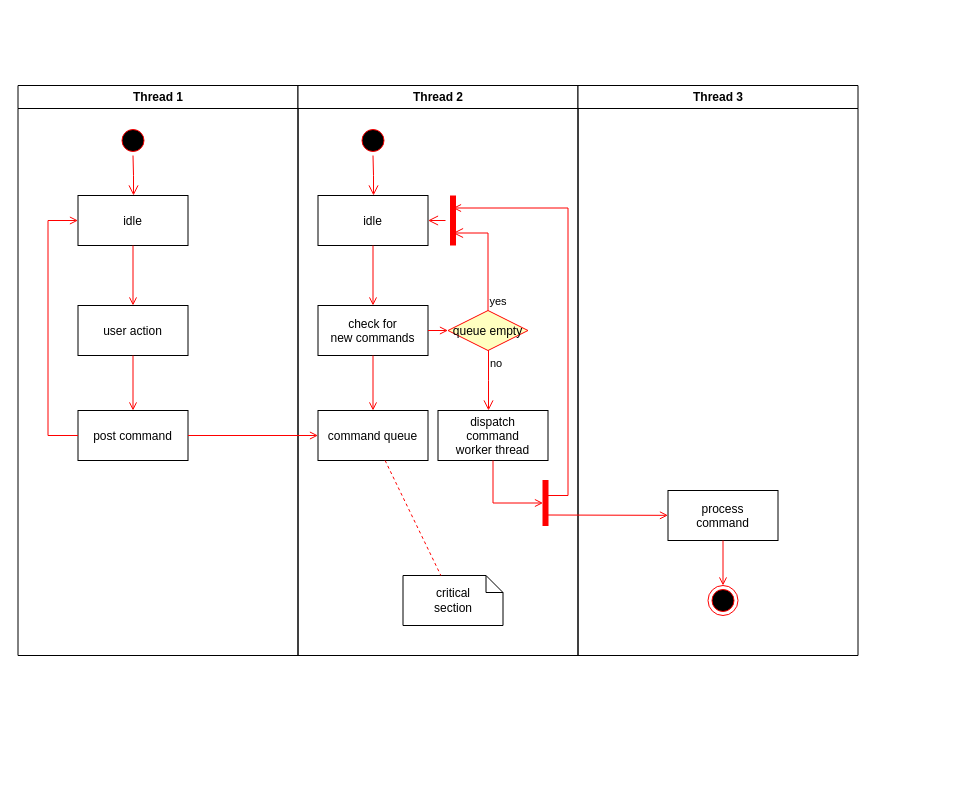
NCalvaretta/Lab-Algorithm-and-Programming keeps this draw.io diagram as activityDiagram.drawio. Above is the earlier version. Source tidied: cells renumbered, new cells numbered last; positions are measured from the earlier drawing's top-left corner, leaving out a move shared by most shapes. Both pictures are drawn from the tidied source at 100%, with x=0, y=0 at pixel (17, 85).
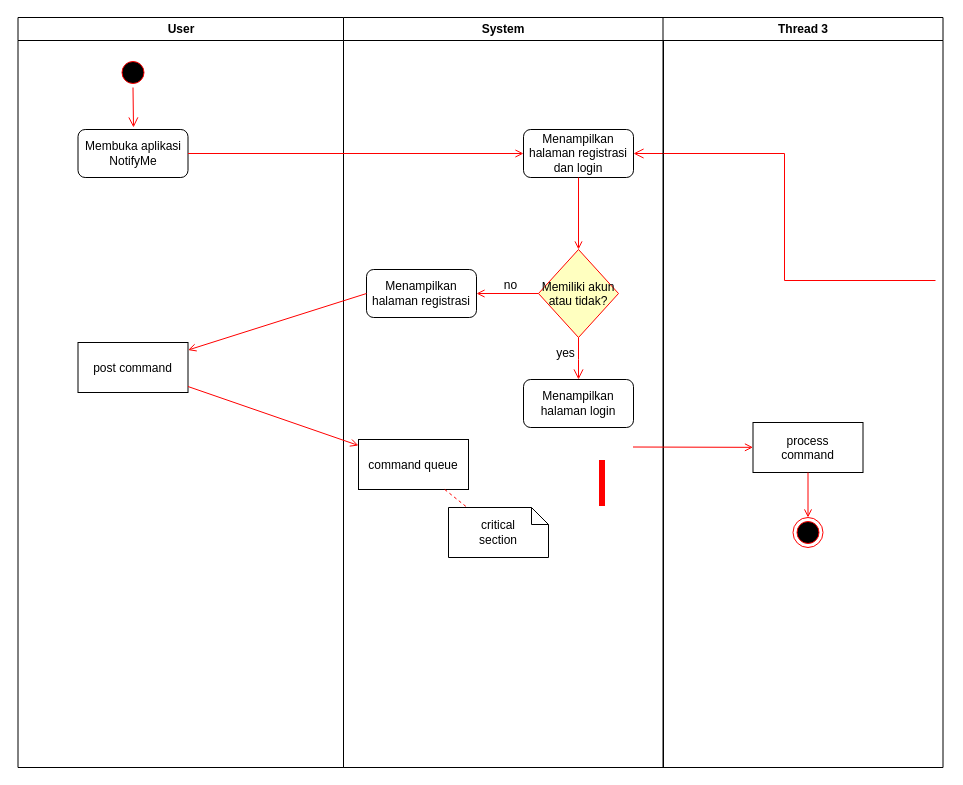
After the change.

The change refers to these unchanged cells:
```xml
<mxCell id="3" style="ellipse;shape=startState;fillColor=#000000;strokeColor=#ff0000;" parent="2" vertex="1">
  <mxGeometry x="100" y="40" width="30" height="30" as="geometry" />
</mxCell>
<mxCell id="8" value="post command" parent="2" vertex="1">
  <mxGeometry x="60" y="325" width="110" height="50" as="geometry" />
</mxCell>
```

The edit, as a diff of the source:
```diff
@@
-    <mxCell id="2" value="Thread 1" style="swimlane;whiteSpace=wrap;" parent="1" vertex="1">
-      <mxGeometry x="0.5" width="280" height="570" as="geometry" />
+    <mxCell id="2" value="User" style="swimlane;whiteSpace=wrap;" parent="1" vertex="1">
+      <mxGeometry x="0.5" y="-68" width="325.5" height="750" as="geometry" />
     </mxCell>
@@
-    <mxCell id="4" style="edgeStyle=elbowEdgeStyle;elbow=horizontal;verticalAlign=bottom;endArrow=open;endSize=8;strokeColor=#FF0000;endFill=1;rounded=0;" parent="2" edge="1" source="3" target="5">
-      <mxGeometry x="100" y="40" as="geometry" />
+    <mxCell id="4" style="edgeStyle=elbowEdgeStyle;elbow=horizontal;verticalAlign=bottom;endArrow=open;endSize=8;strokeColor=#FF0000;endFill=1;rounded=0;" parent="2" edge="1" source="3">
+      <mxGeometry x="100" y="40" as="geometry">
+        <mxPoint x="115.1" y="110" as="targetPoint" />
+      </mxGeometry>
     </mxCell>
-    <mxCell id="5" value="idle" parent="2" vertex="1">
-      <mxGeometry x="60" y="110" width="110" height="50" as="geometry" />
-    </mxCell>
-    <mxCell id="6" value="user action" parent="2" vertex="1">
-      <mxGeometry x="60" y="220" width="110" height="50" as="geometry" />
-    </mxCell>
-    <mxCell id="7" style="endArrow=open;strokeColor=#FF0000;endFill=1;rounded=0;" parent="2" edge="1" source="5" target="6">
-      <mxGeometry relative="1" as="geometry" />
-    </mxCell>
@@
-    <mxCell id="9" style="endArrow=open;strokeColor=#FF0000;endFill=1;rounded=0;" parent="2" edge="1" source="6" target="8">
-      <mxGeometry relative="1" as="geometry" />
-    </mxCell>
-    <mxCell id="10" style="edgeStyle=elbowEdgeStyle;elbow=horizontal;strokeColor=#FF0000;endArrow=open;endFill=1;rounded=0;" parent="2" edge="1" source="8" target="5">
-      <mxGeometry relative="1" as="geometry">
-        <Array as="points">
-          <mxPoint x="30" y="250" />
-        </Array>
-      </mxGeometry>
-    </mxCell>
+    <mxCell id="37" value="Membuka aplikasi NotifyMe" style="rounded=1;whiteSpace=wrap;html=1;" parent="2" vertex="1">
+      <mxGeometry x="60" y="112" width="110" height="48" as="geometry" />
+    </mxCell>
-    <mxCell id="11" value="Thread 2" style="swimlane;whiteSpace=wrap;" parent="1" vertex="1">
-      <mxGeometry x="280.5" width="280" height="570" as="geometry" />
+    <mxCell id="11" value="System" style="swimlane;whiteSpace=wrap;" parent="1" vertex="1">
+      <mxGeometry x="326" y="-68" width="320" height="750" as="geometry" />
     </mxCell>
-    <mxCell id="12" style="ellipse;shape=startState;fillColor=#000000;strokeColor=#ff0000;" parent="11" vertex="1">
-      <mxGeometry x="60" y="40" width="30" height="30" as="geometry" />
-    </mxCell>
-    <mxCell id="13" style="edgeStyle=elbowEdgeStyle;elbow=horizontal;verticalAlign=bottom;endArrow=open;endSize=8;strokeColor=#FF0000;endFill=1;rounded=0;" parent="11" edge="1" source="12" target="14">
-      <mxGeometry x="40" y="20" as="geometry" />
-    </mxCell>
-    <mxCell id="14" value="idle" parent="11" vertex="1">
-      <mxGeometry x="20" y="110" width="110" height="50" as="geometry" />
-    </mxCell>
-    <mxCell id="15" value="check for &#10;new commands" parent="11" vertex="1">
-      <mxGeometry x="20" y="220" width="110" height="50" as="geometry" />
-    </mxCell>
-    <mxCell id="16" style="endArrow=open;strokeColor=#FF0000;endFill=1;rounded=0;" parent="11" edge="1" source="14" target="15">
-      <mxGeometry relative="1" as="geometry" />
-    </mxCell>
     <mxCell id="17" value="command queue" parent="11" vertex="1">
-      <mxGeometry x="20" y="325" width="110" height="50" as="geometry" />
+      <mxGeometry x="15" y="422" width="110" height="50" as="geometry" />
     </mxCell>
-    <mxCell id="18" style="endArrow=open;strokeColor=#FF0000;endFill=1;rounded=0;" parent="11" edge="1" source="15" target="17">
-      <mxGeometry relative="1" as="geometry" />
-    </mxCell>
-    <mxCell id="19" value="queue empty" style="rhombus;fillColor=#ffffc0;strokeColor=#ff0000;" parent="11" vertex="1">
-      <mxGeometry x="150" y="225" width="80" height="40" as="geometry" />
+    <mxCell id="19" value="Memiliki akun&#10;atau tidak?" style="rhombus;fillColor=#ffffc0;strokeColor=#ff0000;" parent="11" vertex="1">
+      <mxGeometry x="195" y="232" width="80" height="88" as="geometry" />
     </mxCell>
-    <mxCell id="20" value="yes" style="edgeStyle=elbowEdgeStyle;elbow=horizontal;align=left;verticalAlign=bottom;endArrow=open;endSize=8;strokeColor=#FF0000;exitX=0.5;exitY=0;endFill=1;rounded=0;entryX=0.75;entryY=0.5;entryPerimeter=0;" parent="11" edge="1" source="19" target="23">
-      <mxGeometry x="-1" relative="1" as="geometry">
-        <Array as="points">
-          <mxPoint x="190" y="180" />
-        </Array>
-      </mxGeometry>
-    </mxCell>
-    <mxCell id="21" value="no" style="edgeStyle=elbowEdgeStyle;elbow=horizontal;align=left;verticalAlign=top;endArrow=open;endSize=8;strokeColor=#FF0000;endFill=1;rounded=0;" parent="11" edge="1" source="19" target="25">
-      <mxGeometry x="-1" relative="1" as="geometry" />
+    <mxCell id="21" style="edgeStyle=elbowEdgeStyle;elbow=horizontal;align=left;verticalAlign=top;endArrow=open;endSize=8;strokeColor=#FF0000;endFill=1;rounded=0;exitX=0.5;exitY=1;exitDx=0;exitDy=0;entryX=0.5;entryY=0;entryDx=0;entryDy=0;" parent="11" edge="1" source="19">
+      <mxGeometry x="-1" relative="1" as="geometry">
+        <mxPoint x="235" y="362" as="targetPoint" />
+        <Array as="points">
+          <mxPoint x="235" y="342" />
+        </Array>
+      </mxGeometry>
     </mxCell>
-    <mxCell id="22" style="endArrow=open;strokeColor=#FF0000;endFill=1;rounded=0;" parent="11" edge="1" source="15" target="19">
-      <mxGeometry relative="1" as="geometry" />
-    </mxCell>
-    <mxCell id="23" style="shape=line;strokeWidth=6;strokeColor=#ff0000;rotation=90;" parent="11" vertex="1">
-      <mxGeometry x="130" y="127.5" width="50" height="15" as="geometry" />
-    </mxCell>
-    <mxCell id="24" style="edgeStyle=elbowEdgeStyle;elbow=horizontal;verticalAlign=bottom;endArrow=open;endSize=8;strokeColor=#FF0000;endFill=1;rounded=0;" parent="11" edge="1" source="23" target="14">
-      <mxGeometry x="130" y="90" as="geometry" />
-    </mxCell>
-    <mxCell id="25" value="dispatch&#10;command&#10;worker thread" parent="11" vertex="1">
-      <mxGeometry x="140" y="325" width="110" height="50" as="geometry" />
-    </mxCell>
@@
     <mxCell id="28" style="whiteSpace=wrap;strokeColor=#FF0000;fillColor=#FF0000;" parent="11" vertex="1">
-      <mxGeometry x="245" y="395" width="5" height="45" as="geometry" />
+      <mxGeometry x="256" y="443" width="5" height="45" as="geometry" />
     </mxCell>
-    <mxCell id="29" style="edgeStyle=elbowEdgeStyle;elbow=horizontal;entryX=0;entryY=0.5;strokeColor=#FF0000;endArrow=open;endFill=1;rounded=0;" parent="11" edge="1" source="25" target="28">
-      <mxGeometry relative="1" as="geometry">
-        <Array as="points">
-          <mxPoint x="195" y="400" />
-        </Array>
-      </mxGeometry>
-    </mxCell>
+    <mxCell id="38" style="edgeStyle=elbowEdgeStyle;elbow=horizontal;verticalAlign=bottom;endArrow=open;endSize=8;strokeColor=#FF0000;endFill=1;rounded=0;" parent="11" edge="1" target="39">
+      <mxGeometry x="130" y="90" as="geometry">
+        <mxPoint x="592" y="263" as="sourcePoint" />
+      </mxGeometry>
+    </mxCell>
+    <mxCell id="39" value="Menampilkan halaman registrasi dan login" style="rounded=1;whiteSpace=wrap;html=1;" parent="11" vertex="1">
+      <mxGeometry x="180" y="112" width="110" height="48" as="geometry" />
+    </mxCell>
+    <mxCell id="40" style="endArrow=open;strokeColor=#FF0000;endFill=1;rounded=0;exitX=0.5;exitY=1;exitDx=0;exitDy=0;entryX=0.5;entryY=0;entryDx=0;entryDy=0;" parent="11" edge="1" source="39" target="19">
+      <mxGeometry relative="1" as="geometry" />
+    </mxCell>
+    <mxCell id="18" style="endArrow=open;strokeColor=#FF0000;endFill=1;rounded=0;exitX=0;exitY=0.5;exitDx=0;exitDy=0;entryX=1;entryY=0.5;entryDx=0;entryDy=0;" parent="11" edge="1" source="19" target="41">
+      <mxGeometry relative="1" as="geometry" />
+    </mxCell>
+    <mxCell id="41" value="Menampilkan halaman registrasi" style="rounded=1;whiteSpace=wrap;html=1;" parent="11" vertex="1">
+      <mxGeometry x="23" y="252" width="110" height="48" as="geometry" />
+    </mxCell>
+    <mxCell id="42" value="Menampilkan halaman login" style="rounded=1;whiteSpace=wrap;html=1;" parent="11" vertex="1">
+      <mxGeometry x="180" y="362" width="110" height="48" as="geometry" />
+    </mxCell>
+    <mxCell id="43" value="no" style="text;html=1;strokeColor=none;fillColor=none;align=center;verticalAlign=middle;whiteSpace=wrap;rounded=0;" parent="11" vertex="1">
+      <mxGeometry x="150" y="264" width="35" height="8" as="geometry" />
+    </mxCell>
+    <mxCell id="20" value="yes" style="text;html=1;strokeColor=none;fillColor=none;align=center;verticalAlign=middle;whiteSpace=wrap;rounded=0;" parent="11" vertex="1">
+      <mxGeometry x="205" y="332" width="35" height="8" as="geometry" />
+    </mxCell>
     <mxCell id="30" value="Thread 3" style="swimlane;whiteSpace=wrap;" parent="1" vertex="1">
-      <mxGeometry x="560.5" width="280" height="570" as="geometry" />
+      <mxGeometry x="645.5" y="-68" width="280" height="750" as="geometry" />
     </mxCell>
@@
-    <mxCell id="32" style="edgeStyle=elbowEdgeStyle;elbow=horizontal;strokeColor=#FF0000;endArrow=open;endFill=1;rounded=0;entryX=0.25;entryY=0.5;entryPerimeter=0;" parent="30" edge="1" target="23">
-      <mxGeometry relative="1" as="geometry">
-        <mxPoint x="-30" y="410" as="sourcePoint" />
-        <Array as="points">
-          <mxPoint x="-10" y="135" />
-        </Array>
-      </mxGeometry>
-    </mxCell>
@@
+    <mxCell id="44" style="endArrow=open;strokeColor=#FF0000;endFill=1;rounded=0;exitX=1;exitY=0.5;exitDx=0;exitDy=0;entryX=0;entryY=0.5;entryDx=0;entryDy=0;" parent="1" edge="1" source="37" target="39">
+      <mxGeometry relative="1" as="geometry" />
+    </mxCell>
+    <mxCell id="9" style="endArrow=open;strokeColor=#FF0000;endFill=1;rounded=0;exitX=0;exitY=0.5;exitDx=0;exitDy=0;" parent="1" edge="1" source="41" target="8">
+      <mxGeometry relative="1" as="geometry" />
+    </mxCell>
```
